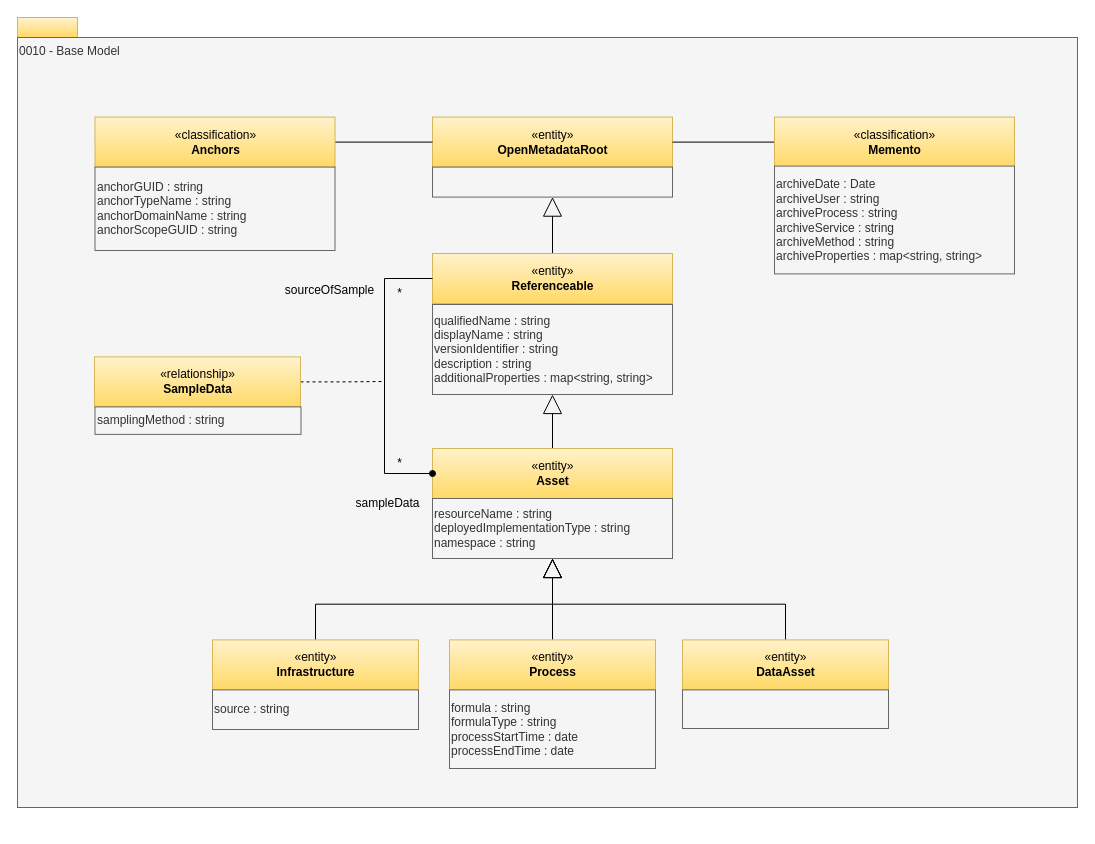
odpi/egeria-docs keeps this draw.io diagram as page "0010-Base-Model" (3 of 31) of site/docs/types/0/area-0-basic-types-and-infrastructure.drawio. Above is the earlier version. Source tidied: cells renumbered, new cells numbered last; positions are measured from the earlier drawing's top-left corner, leaving out a move shared by most shapes. Both pictures are drawn from the tidied source at 100%, with x=0, y=0 at pixel (17, 17).
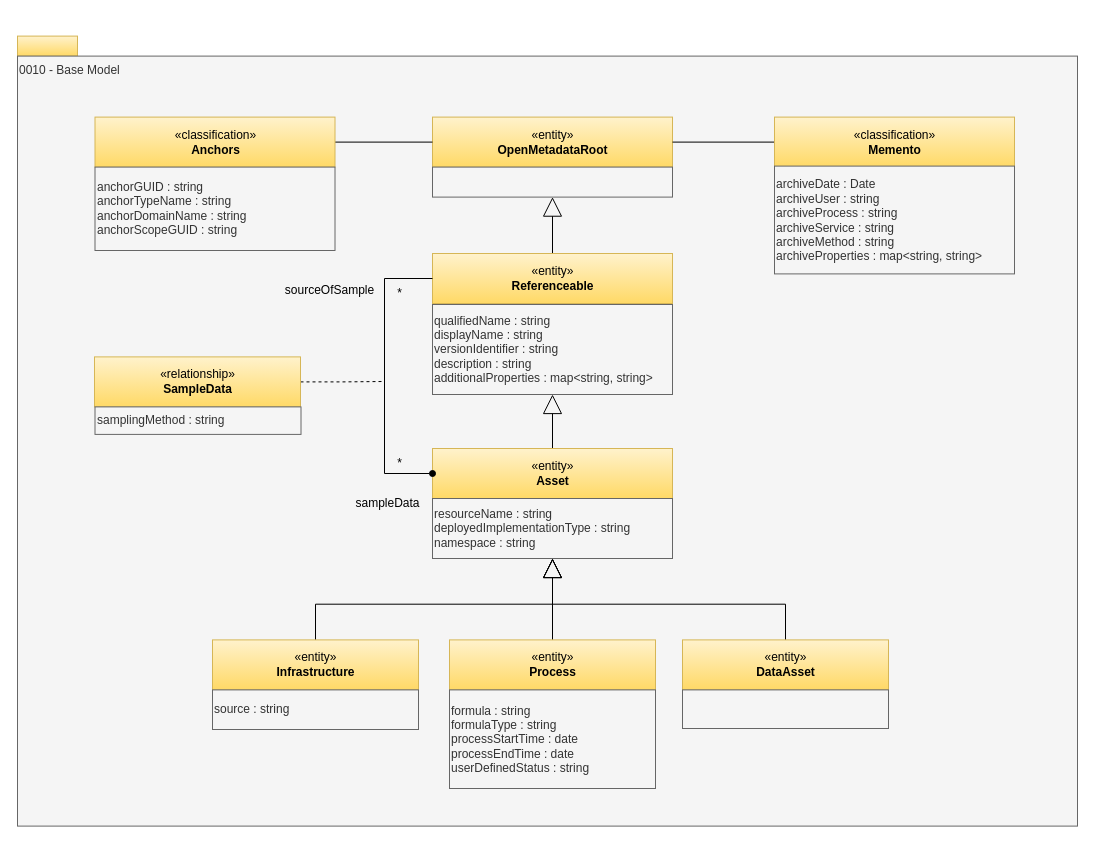
After the change.

What changed in the source:
```diff
@@
     <mxCell id="2" style="rounded=0;whiteSpace=wrap;html=1;align=left;fillColor=#fff2cc;strokeColor=#d6b656;gradientColor=#ffd966;" parent="1" vertex="1">
-      <mxGeometry width="60" height="20" as="geometry" />
+      <mxGeometry y="18.6" width="60" height="20" as="geometry" />
     </mxCell>
     <mxCell id="3" value="0010 - Base Model" style="rounded=0;whiteSpace=wrap;html=1;align=left;verticalAlign=top;fillColor=#f5f5f5;fontColor=#333333;strokeColor=#666666;" parent="1" vertex="1">
-      <mxGeometry y="20" width="1060" height="770" as="geometry" />
+      <mxGeometry y="38.6" width="1060" height="770" as="geometry" />
     </mxCell>
@@
-    <mxCell id="14" value="formula : string&lt;br&gt;formulaType : string&lt;div&gt;processStartTime : date&lt;br&gt;processEndTime : date&lt;/div&gt;" style="rounded=0;whiteSpace=wrap;html=1;strokeColor=#666666;align=left;fillColor=#f5f5f5;fontColor=#333333;" parent="1" vertex="1">
-      <mxGeometry x="432" y="672.4" width="206" height="78.6" as="geometry" />
+    <mxCell id="14" value="formula : string&lt;br&gt;formulaType : string&lt;div&gt;processStartTime : date&lt;br&gt;processEndTime : date&lt;/div&gt;&lt;div&gt;userDefinedStatus : string&lt;/div&gt;" style="rounded=0;whiteSpace=wrap;html=1;strokeColor=#666666;align=left;fillColor=#f5f5f5;fontColor=#333333;" parent="1" vertex="1">
+      <mxGeometry x="432" y="672.4" width="206" height="98.6" as="geometry" />
     </mxCell>
@@
-    <mxCell id="34" value="source : string" style="rounded=0;whiteSpace=wrap;html=1;strokeColor=#666666;align=left;fillColor=#f5f5f5;fontColor=#333333;" parent="1" vertex="1">
+    <mxCell id="34" value="source : strin&lt;span style=&quot;background-color: transparent; color: light-dark(rgb(51, 51, 51), rgb(193, 193, 193));&quot;&gt;g&lt;/span&gt;" style="rounded=0;whiteSpace=wrap;html=1;strokeColor=#666666;align=left;fillColor=#f5f5f5;fontColor=#333333;" parent="1" vertex="1">
       <mxGeometry x="195" y="672.4" width="206" height="39.6" as="geometry" />
     </mxCell>
```
